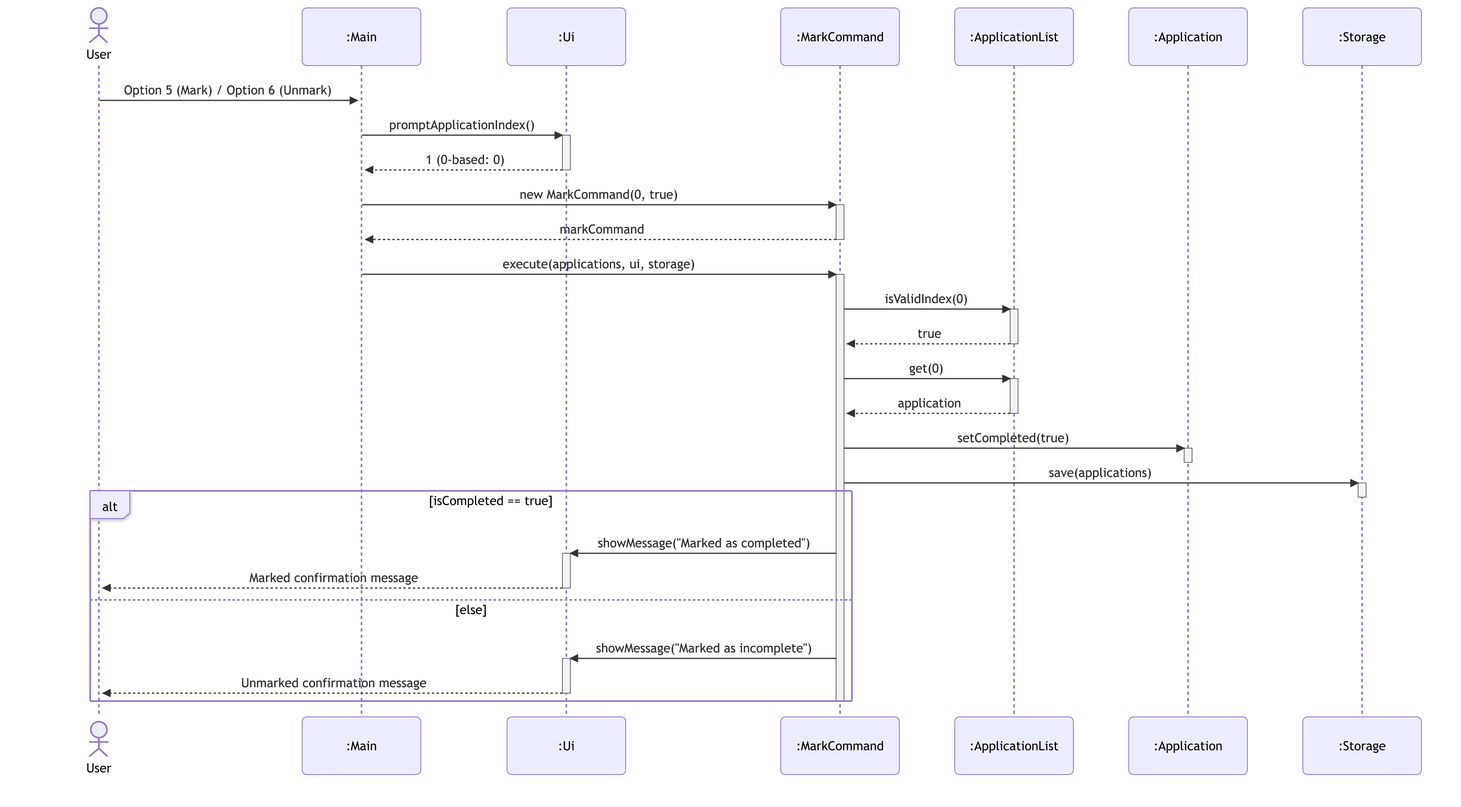
AY2627S1-CS2113-T10-2/tp keeps this Mermaid diagram as docs/diagrams/mark-application-sequence.png. Above is the earlier version. Its source is kept beside it as docs/diagrams/sources/mark-application-sequence.mmd.
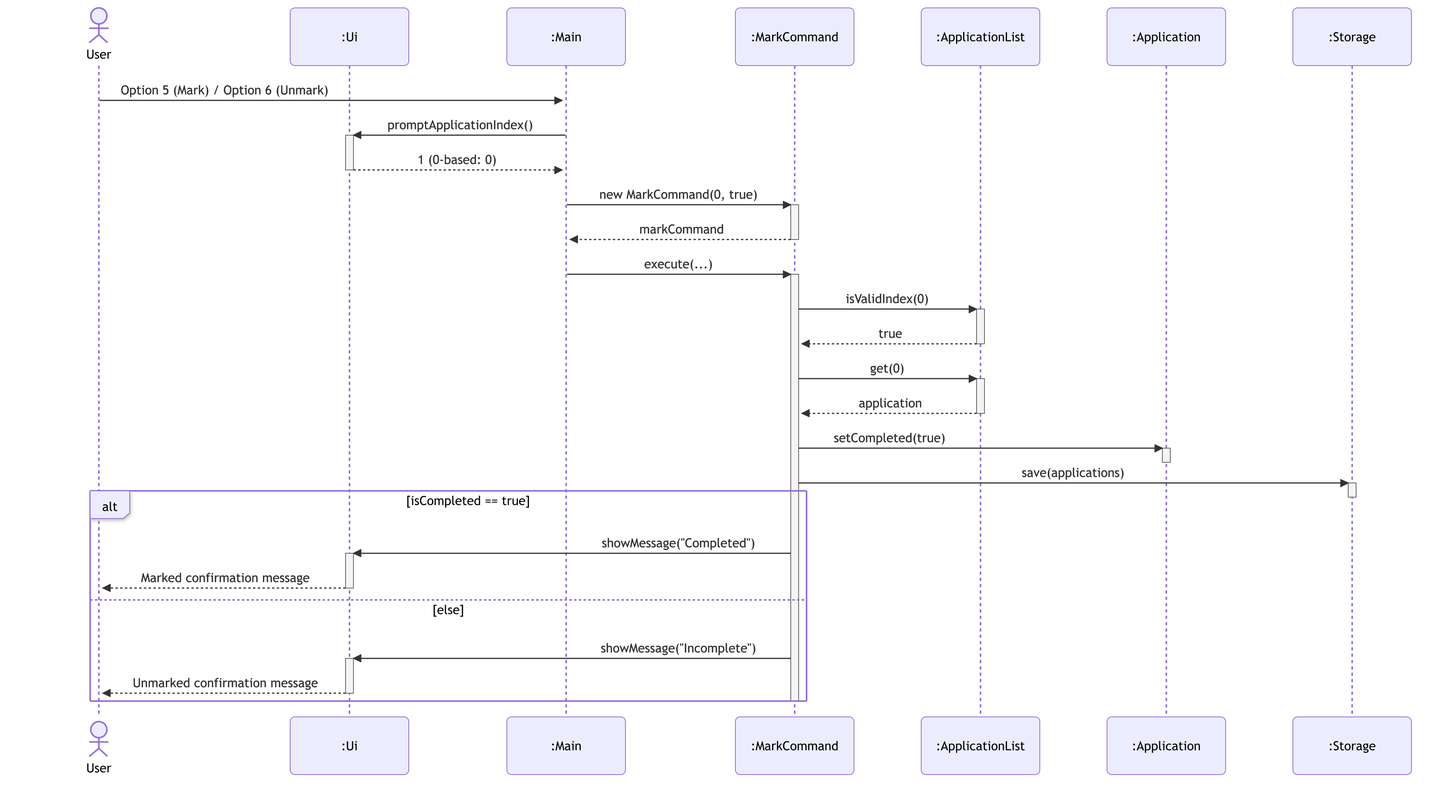
After the change.

Change to the diagram source:
```diff
@@ -1,8 +1,8 @@
-%%{init: {'theme': 'default', 'sequence': {'actorMargin': 70, 'messageMargin': 45}}}%%
+%%{init: {'theme': 'default', 'sequence': {'actorMargin': 85, 'messageMargin': 45}}}%%
 sequenceDiagram
     actor user as User
+    participant ui as :Ui
     participant main as :Main
-    participant ui as :Ui
     participant cmd as :MarkCommand
     participant list as :ApplicationList
     participant app as :Application
@@ -17,7 +17,7 @@
     activate cmd
     cmd-->>main: markCommand
     deactivate cmd
-    main->>cmd: execute(applications, ui, storage)
+    main->>cmd: execute(...)
     activate cmd
     cmd->>list: isValidIndex(0)
     activate list
@@ -35,12 +35,12 @@
     deactivate storage
 
     alt isCompleted == true
-        cmd->>ui: showMessage("Marked as completed")
+        cmd->>ui: showMessage("Completed")
         activate ui
         ui-->>user: Marked confirmation message
         deactivate ui
     else else
-        cmd->>ui: showMessage("Marked as incomplete")
+        cmd->>ui: showMessage("Incomplete")
         activate ui
         ui-->>user: Unmarked confirmation message
         deactivate ui
```
